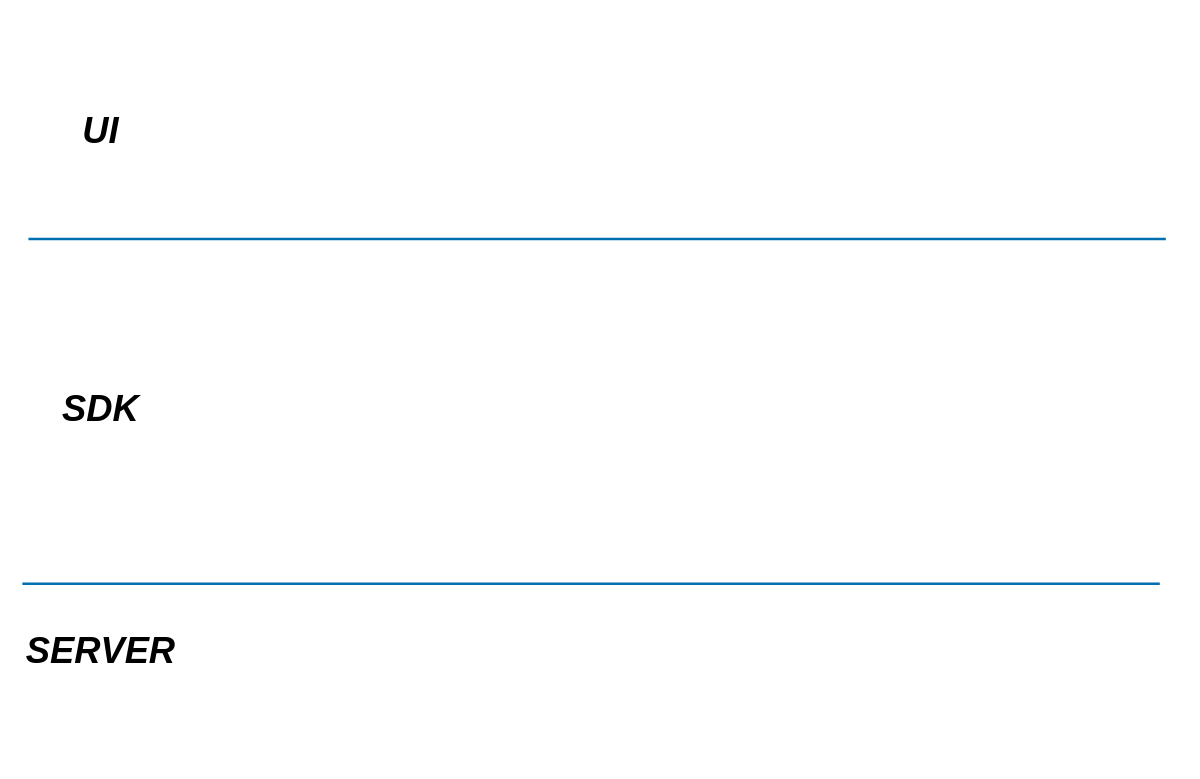
This is Mutex.drawio from Hankszhang/graphs, a draw.io file, before an edit. Source tidied: cells renumbered, new cells numbered last; positions are measured from the earlier drawing's top-left corner, leaving out a move shared by most shapes. Both pictures are drawn from the tidied source at 121%, with x=0, y=0 at pixel (22, 21).
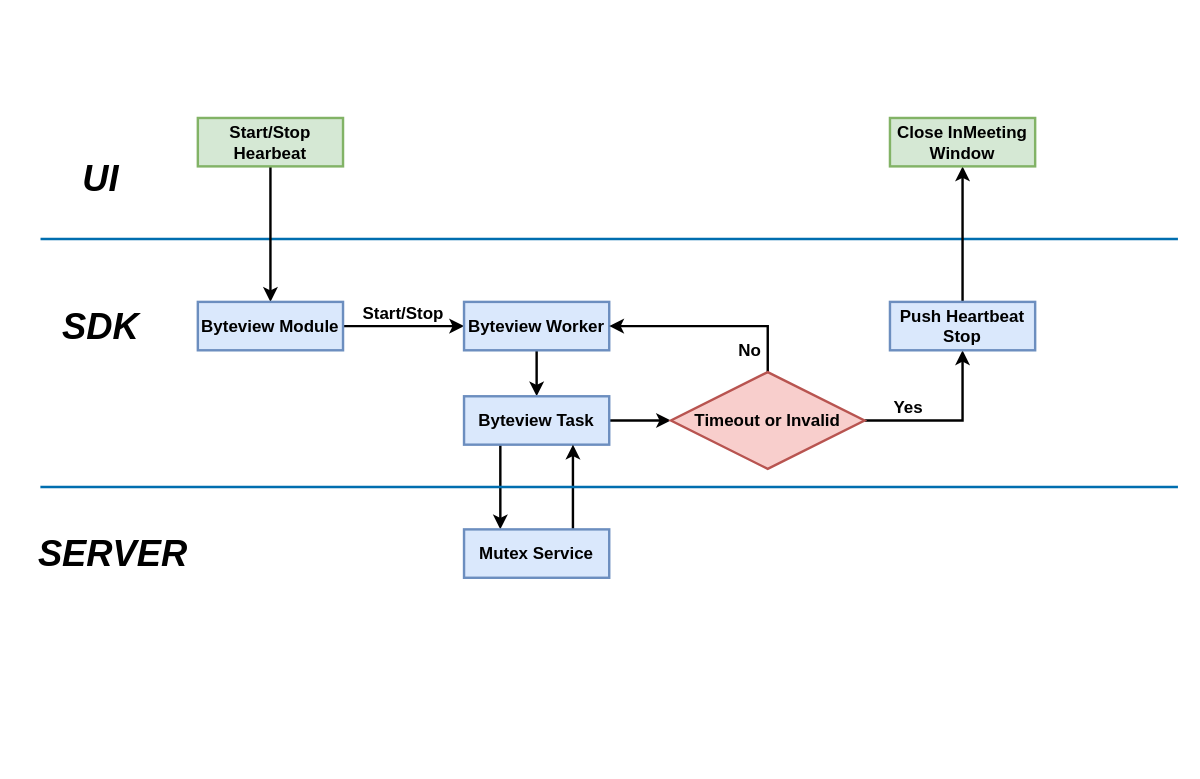
Above is the later version.

What changed in the source:
```diff
@@
+    <mxCell id="7" style="line;strokeWidth=2;html=1;perimeter=backbonePerimeter;fillColor=#1ba1e2;strokeColor=#006EAF;fontColor=#ffffff;" parent="1" vertex="1">
+      <mxGeometry x="15" y="380" width="940" height="10" as="geometry" />
+    </mxCell>
     <mxCell id="2" style="rounded=0;whiteSpace=wrap;html=1;strokeColor=none;" parent="1" vertex="1">
-      <mxGeometry x="5" width="940" height="610" as="geometry" />
+      <mxGeometry x="15" y="50" width="940" height="450" as="geometry" />
     </mxCell>
     <mxCell id="3" style="line;strokeWidth=2;html=1;perimeter=backbonePerimeter;fillColor=#1ba1e2;strokeColor=#006EAF;fontColor=#ffffff;" parent="1" vertex="1">
-      <mxGeometry x="5" y="175" width="940" height="10" as="geometry" />
+      <mxGeometry x="15" y="175" width="940" height="10" as="geometry" />
     </mxCell>
     <mxCell id="4" value="&lt;i&gt;&lt;font style=&quot;font-size: 30px&quot;&gt;UI&lt;/font&gt;&lt;/i&gt;" style="text;html=1;strokeColor=none;fillColor=none;align=center;verticalAlign=middle;whiteSpace=wrap;rounded=0;fontStyle=1;" parent="1" vertex="1">
-      <mxGeometry x="45" y="80" width="40" height="20" as="geometry" />
+      <mxGeometry x="45" y="120" width="40" height="20" as="geometry" />
     </mxCell>
     <mxCell id="5" value="&lt;i&gt;&lt;font style=&quot;font-size: 30px&quot;&gt;SDK&lt;/font&gt;&lt;/i&gt;" style="text;html=1;strokeColor=none;fillColor=none;align=center;verticalAlign=middle;whiteSpace=wrap;rounded=0;fontStyle=1;" parent="1" vertex="1">
-      <mxGeometry x="45" y="310" width="40" height="20" as="geometry" />
+      <mxGeometry x="45" y="242" width="40" height="20" as="geometry" />
     </mxCell>
     <mxCell id="6" value="&lt;i&gt;&lt;font style=&quot;font-size: 30px&quot;&gt;SERVER&lt;/font&gt;&lt;/i&gt;" style="text;html=1;strokeColor=none;fillColor=none;align=center;verticalAlign=middle;whiteSpace=wrap;rounded=0;fontStyle=1;" parent="1" vertex="1">
-      <mxGeometry x="45" y="510" width="40" height="20" as="geometry" />
+      <mxGeometry x="55" y="430" width="40" height="20" as="geometry" />
     </mxCell>
-    <mxCell id="7" style="line;strokeWidth=2;html=1;perimeter=backbonePerimeter;fillColor=#1ba1e2;strokeColor=#006EAF;fontColor=#ffffff;" parent="1" vertex="1">
-      <mxGeometry y="460" width="940" height="10" as="geometry" />
-    </mxCell>
+    <mxCell id="8" style="edgeStyle=orthogonalEdgeStyle;jettySize=auto;html=1;exitX=0.5;exitY=1;exitDx=0;exitDy=0;rounded=0;strokeWidth=2;" parent="1" edge="1" source="9" target="11">
+      <mxGeometry relative="1" as="geometry" />
+    </mxCell>
+    <mxCell id="9" value="&lt;font style=&quot;font-size: 14px&quot;&gt;&lt;b&gt;Start/Stop Hearbeat&lt;/b&gt;&lt;/font&gt;" style="rounded=0;whiteSpace=wrap;html=1;strokeWidth=2;fillColor=#d5e8d4;strokeColor=#82b366;" parent="1" vertex="1">
+      <mxGeometry x="145" y="80" width="120" height="40" as="geometry" />
+    </mxCell>
+    <mxCell id="10" style="edgeStyle=orthogonalEdgeStyle;rounded=0;jettySize=auto;html=1;strokeWidth=2;" parent="1" edge="1" source="11" target="13">
+      <mxGeometry relative="1" as="geometry">
+        <Array as="points">
+          <mxPoint x="315" y="252" />
+          <mxPoint x="315" y="252" />
+        </Array>
+      </mxGeometry>
+    </mxCell>
+    <mxCell id="11" value="&lt;span style=&quot;font-size: 14px&quot;&gt;&lt;b&gt;Byteview Module&lt;/b&gt;&lt;/span&gt;" style="rounded=0;whiteSpace=wrap;html=1;strokeWidth=2;fillColor=#dae8fc;strokeColor=#6c8ebf;" parent="1" vertex="1">
+      <mxGeometry x="145" y="232" width="120" height="40" as="geometry" />
+    </mxCell>
+    <mxCell id="12" style="edgeStyle=orthogonalEdgeStyle;curved=1;rounded=0;jettySize=auto;html=1;strokeWidth=2;" parent="1" edge="1" source="13" target="16">
+      <mxGeometry relative="1" as="geometry" />
+    </mxCell>
+    <mxCell id="13" value="&lt;span style=&quot;font-size: 14px&quot;&gt;&lt;b&gt;Byteview Worker&lt;/b&gt;&lt;/span&gt;" style="rounded=0;whiteSpace=wrap;html=1;strokeWidth=2;fillColor=#dae8fc;strokeColor=#6c8ebf;" parent="1" vertex="1">
+      <mxGeometry x="365" y="232" width="120" height="40" as="geometry" />
+    </mxCell>
+    <mxCell id="14" style="rounded=0;jettySize=auto;html=1;exitX=0.25;exitY=1;exitDx=0;exitDy=0;entryX=0.25;entryY=0;entryDx=0;entryDy=0;strokeWidth=2;" parent="1" edge="1" source="16" target="19">
+      <mxGeometry relative="1" as="geometry" />
+    </mxCell>
+    <mxCell id="15" style="edgeStyle=none;rounded=0;jettySize=auto;html=1;strokeWidth=2;entryX=0;entryY=0.5;entryDx=0;entryDy=0;" parent="1" edge="1" source="16" target="22">
+      <mxGeometry relative="1" as="geometry" />
+    </mxCell>
+    <mxCell id="16" value="&lt;span style=&quot;font-size: 14px&quot;&gt;&lt;b&gt;Byteview Task&lt;/b&gt;&lt;/span&gt;" style="rounded=0;whiteSpace=wrap;html=1;strokeWidth=2;fillColor=#dae8fc;strokeColor=#6c8ebf;" parent="1" vertex="1">
+      <mxGeometry x="365" y="310" width="120" height="40" as="geometry" />
+    </mxCell>
+    <mxCell id="17" value="&lt;font style=&quot;font-size: 14px&quot;&gt;&lt;b&gt;Start/Stop&lt;/b&gt;&lt;/font&gt;" style="text;html=1;strokeColor=none;fillColor=none;align=center;verticalAlign=middle;whiteSpace=wrap;rounded=0;" parent="1" vertex="1">
+      <mxGeometry x="295" y="232" width="40" height="20" as="geometry" />
+    </mxCell>
+    <mxCell id="18" style="edgeStyle=none;rounded=0;jettySize=auto;html=1;exitX=0.75;exitY=0;exitDx=0;exitDy=0;entryX=0.75;entryY=1;entryDx=0;entryDy=0;strokeWidth=2;" parent="1" edge="1" source="19" target="16">
+      <mxGeometry relative="1" as="geometry" />
+    </mxCell>
+    <mxCell id="19" value="&lt;span style=&quot;font-size: 14px&quot;&gt;&lt;b&gt;Mutex Service&lt;/b&gt;&lt;/span&gt;" style="rounded=0;whiteSpace=wrap;html=1;strokeWidth=2;fillColor=#dae8fc;strokeColor=#6c8ebf;" parent="1" vertex="1">
+      <mxGeometry x="365" y="420" width="120" height="40" as="geometry" />
+    </mxCell>
+    <mxCell id="20" style="edgeStyle=orthogonalEdgeStyle;rounded=0;jettySize=auto;html=1;exitX=0.5;exitY=0;exitDx=0;exitDy=0;entryX=1;entryY=0.5;entryDx=0;entryDy=0;strokeWidth=2;" parent="1" edge="1" source="22" target="13">
+      <mxGeometry relative="1" as="geometry" />
+    </mxCell>
+    <mxCell id="21" style="edgeStyle=orthogonalEdgeStyle;rounded=0;jettySize=auto;html=1;exitX=1;exitY=0.5;exitDx=0;exitDy=0;entryX=0.5;entryY=1;entryDx=0;entryDy=0;strokeWidth=2;" parent="1" edge="1" source="22" target="25">
+      <mxGeometry relative="1" as="geometry" />
+    </mxCell>
+    <mxCell id="22" value="&lt;font style=&quot;font-size: 14px&quot;&gt;&lt;b&gt;Timeout or Invalid&lt;/b&gt;&lt;/font&gt;" style="rhombus;whiteSpace=wrap;html=1;strokeWidth=2;fillColor=#f8cecc;strokeColor=#b85450;" parent="1" vertex="1">
+      <mxGeometry x="536" y="290" width="160" height="80" as="geometry" />
+    </mxCell>
+    <mxCell id="23" value="&lt;font style=&quot;font-size: 14px&quot;&gt;&lt;b&gt;No&lt;/b&gt;&lt;/font&gt;" style="text;html=1;align=center;verticalAlign=middle;" parent="1" vertex="1">
+      <mxGeometry x="586" y="262" width="30" height="20" as="geometry" />
+    </mxCell>
+    <mxCell id="24" style="edgeStyle=orthogonalEdgeStyle;rounded=0;jettySize=auto;html=1;exitX=0.5;exitY=0;exitDx=0;exitDy=0;strokeWidth=2;entryX=0.5;entryY=1;entryDx=0;entryDy=0;" parent="1" edge="1" source="25" target="27">
+      <mxGeometry relative="1" as="geometry" />
+    </mxCell>
+    <mxCell id="25" value="&lt;span style=&quot;font-size: 14px&quot;&gt;&lt;b&gt;Push Heartbeat Stop&lt;/b&gt;&lt;/span&gt;" style="rounded=0;whiteSpace=wrap;html=1;strokeWidth=2;fillColor=#dae8fc;strokeColor=#6c8ebf;" parent="1" vertex="1">
+      <mxGeometry x="717" y="232" width="120" height="40" as="geometry" />
+    </mxCell>
+    <mxCell id="26" value="&lt;span style=&quot;font-size: 14px&quot;&gt;&lt;b&gt;Yes&lt;/b&gt;&lt;/span&gt;" style="text;html=1;align=center;verticalAlign=middle;" parent="1" vertex="1">
+      <mxGeometry x="712" y="309" width="40" height="20" as="geometry" />
+    </mxCell>
+    <mxCell id="27" value="&lt;span style=&quot;font-size: 14px&quot;&gt;&lt;b&gt;Close InMeeting Window&lt;/b&gt;&lt;/span&gt;" style="rounded=0;whiteSpace=wrap;html=1;strokeWidth=2;fillColor=#d5e8d4;strokeColor=#82b366;" parent="1" vertex="1">
+      <mxGeometry x="717" y="80" width="120" height="40" as="geometry" />
+    </mxCell>
+    <mxCell id="28" style="line;strokeWidth=2;html=1;perimeter=backbonePerimeter;fillColor=#1ba1e2;strokeColor=#006EAF;fontColor=#ffffff;" parent="1" vertex="1">
+      <mxGeometry x="15" y="380" width="940" height="10" as="geometry" />
+    </mxCell>
```
